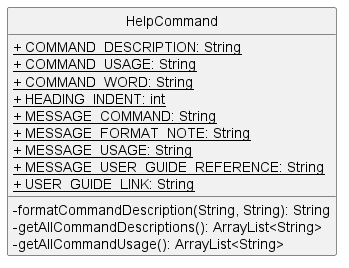
Before: docs/images/HelpCommandClass.png, a diagram exported from PlantUML (nus-cs2113-AY2223S1/tp). Source of this version:
```plantuml
@startuml
hide circle
skinparam classAttributeIconSize 0

class HelpCommand {
    <u>+ COMMAND_DESCRIPTION: String
    <u>+ COMMAND_USAGE: String
    <u>+ COMMAND_WORD: String
    <u>+ HEADING_INDENT: int
    <u>+ MESSAGE_COMMAND: String
    <u>+ MESSAGE_FORMAT_NOTE: String
    <u>+ MESSAGE_USAGE: String
    <u>+ MESSAGE_USER_GUIDE_REFERENCE: String
    <u>+ USER_GUIDE_LINK: String

    - formatCommandDescription(String, String): String
    - getAllCommandDescriptions(): ArrayList<String>
    - getAllCommandUsage(): ArrayList<String>
}

@enduml
```
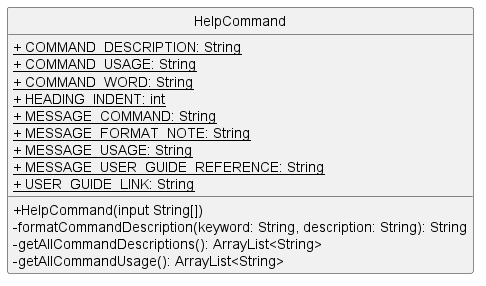
Above is the later version.

What changed in the source:
```diff
@@ -13,7 +13,8 @@
     <u>+ MESSAGE_USER_GUIDE_REFERENCE: String
     <u>+ USER_GUIDE_LINK: String
 
-    - formatCommandDescription(String, String): String
+    + HelpCommand(input String[])
+    - formatCommandDescription(keyword: String, description: String): String
     - getAllCommandDescriptions(): ArrayList<String>
     - getAllCommandUsage(): ArrayList<String>
 }
```
